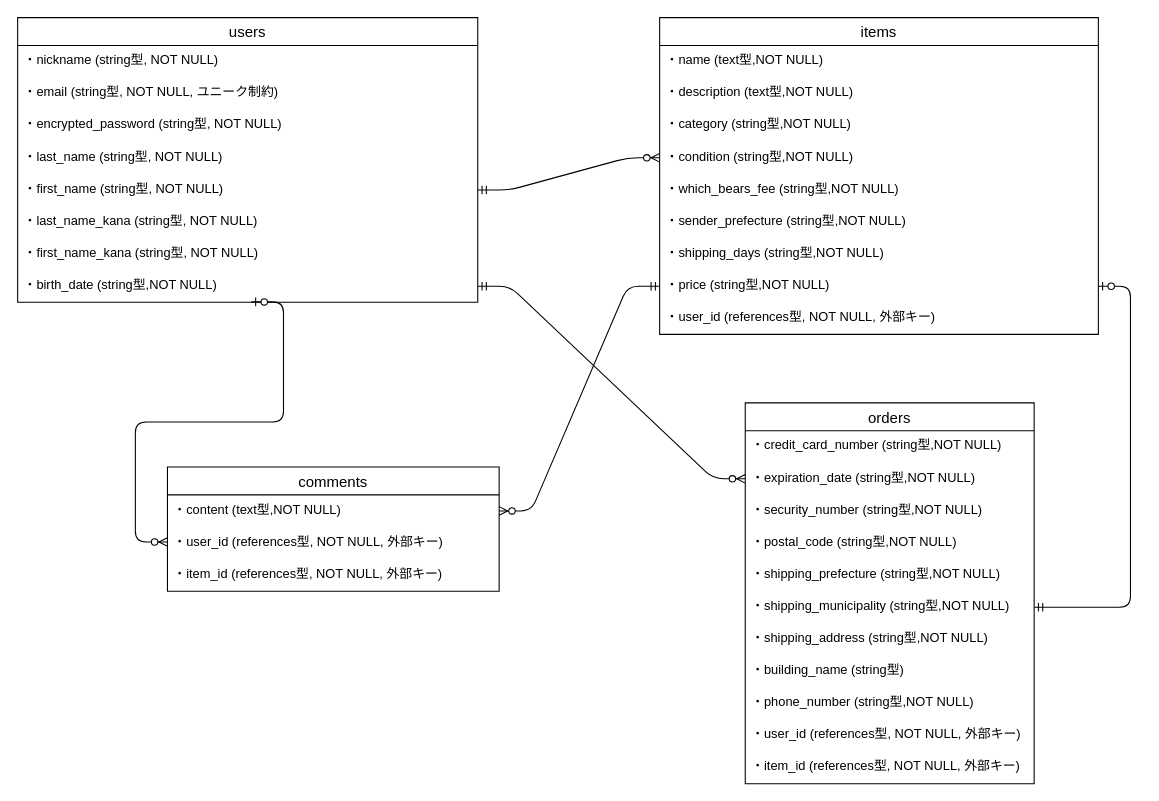
The draw.io diagram furima.dio in hiddy0329/furima-36958, before the edit. Source tidied: cells renumbered, new cells numbered last; positions are measured from the earlier drawing's top-left corner, leaving out a move shared by most shapes. Both pictures are drawn from the tidied source at 107%, with x=0, y=0 at pixel (17, 17).
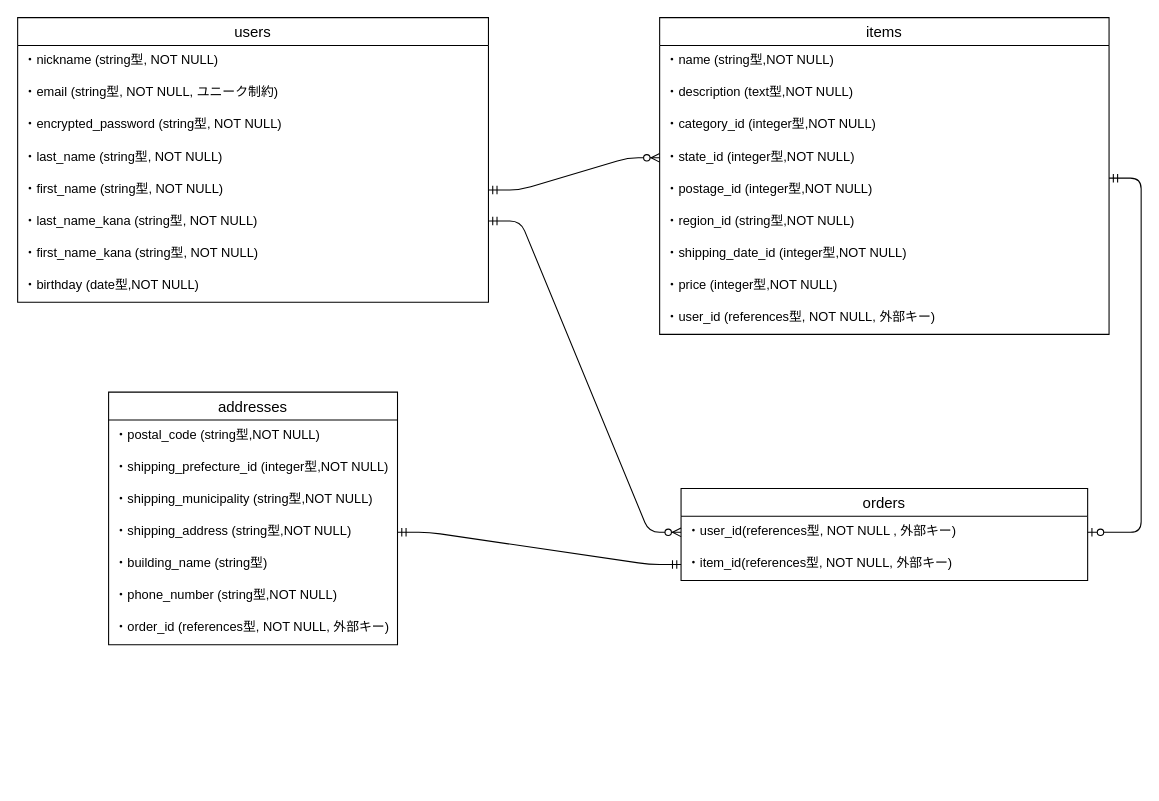
The same page after the edit.

Commit message (it also covers changes not shown here):
データベース設計の修正①

Diff of the diagram source:
```diff
@@
     <mxCell id="2" value="users" style="swimlane;fontStyle=0;horizontal=1;startSize=26;align=center;fontSize=14;" parent="1" vertex="1">
-      <mxGeometry width="430" height="266" as="geometry" />
+      <mxGeometry width="440" height="266" as="geometry" />
     </mxCell>
     <mxCell id="3" value="・nickname (string型, NOT NULL)" style="text;strokeColor=none;fillColor=none;spacingLeft=4;spacingRight=4;overflow=hidden;fontSize=12;" parent="2" vertex="1">
-      <mxGeometry y="26" width="430" height="30" as="geometry" />
+      <mxGeometry y="26" width="440" height="30" as="geometry" />
     </mxCell>
     <mxCell id="4" value="・email (string型, NOT NULL, ユニーク制約)" style="text;strokeColor=none;fillColor=none;spacingLeft=4;spacingRight=4;overflow=hidden;fontSize=12;" parent="2" vertex="1">
-      <mxGeometry y="56" width="430" height="30" as="geometry" />
+      <mxGeometry y="56" width="440" height="30" as="geometry" />
     </mxCell>
     <mxCell id="5" value="・encrypted_password (string型, NOT NULL)" style="text;strokeColor=none;fillColor=none;spacingLeft=4;spacingRight=4;overflow=hidden;fontSize=12;" parent="2" vertex="1">
-      <mxGeometry y="86" width="430" height="30" as="geometry" />
+      <mxGeometry y="86" width="440" height="30" as="geometry" />
     </mxCell>
     <mxCell id="6" value="・last_name (string型, NOT NULL)" style="text;strokeColor=none;fillColor=none;spacingLeft=4;spacingRight=4;overflow=hidden;fontSize=12;" parent="2" vertex="1">
-      <mxGeometry y="116" width="430" height="30" as="geometry" />
+      <mxGeometry y="116" width="440" height="30" as="geometry" />
     </mxCell>
     <mxCell id="7" value="・first_name (string型, NOT NULL)" style="text;strokeColor=none;fillColor=none;spacingLeft=4;spacingRight=4;overflow=hidden;points=[[0,0.5],[1,0.5]];portConstraint=eastwest;fontSize=12;" parent="2" vertex="1">
-      <mxGeometry y="146" width="430" height="30" as="geometry" />
+      <mxGeometry y="146" width="440" height="30" as="geometry" />
     </mxCell>
     <mxCell id="8" value="・last_name_kana (string型, NOT NULL)" style="text;strokeColor=none;fillColor=none;spacingLeft=4;spacingRight=4;overflow=hidden;fontSize=12;" parent="2" vertex="1">
-      <mxGeometry y="176" width="430" height="30" as="geometry" />
+      <mxGeometry y="176" width="440" height="30" as="geometry" />
     </mxCell>
     <mxCell id="9" value="・first_name_kana (string型, NOT NULL)" style="text;strokeColor=none;fillColor=none;spacingLeft=4;spacingRight=4;overflow=hidden;fontSize=12;" parent="2" vertex="1">
-      <mxGeometry y="206" width="430" height="30" as="geometry" />
+      <mxGeometry y="206" width="440" height="30" as="geometry" />
     </mxCell>
-    <mxCell id="10" value="・birth_date (string型,NOT NULL)" style="text;strokeColor=none;fillColor=none;spacingLeft=4;spacingRight=4;overflow=hidden;points=[[0,0.5],[1,0.5]];portConstraint=eastwest;fontSize=12;" parent="2" vertex="1">
-      <mxGeometry y="236" width="430" height="30" as="geometry" />
+    <mxCell id="10" value="・birthday (date型,NOT NULL)" style="text;strokeColor=none;fillColor=none;spacingLeft=4;spacingRight=4;overflow=hidden;points=[[0,0.5],[1,0.5]];portConstraint=eastwest;fontSize=12;" parent="2" vertex="1">
+      <mxGeometry y="236" width="440" height="30" as="geometry" />
     </mxCell>
     <mxCell id="11" value="items" style="swimlane;fontStyle=0;horizontal=1;startSize=26;align=center;fontSize=14;" parent="1" vertex="1">
-      <mxGeometry x="600" width="410" height="296" as="geometry" />
+      <mxGeometry x="600" width="420" height="296" as="geometry" />
     </mxCell>
-    <mxCell id="12" value="・name (text型,NOT NULL)&#10;" style="text;strokeColor=none;fillColor=none;spacingLeft=4;spacingRight=4;overflow=hidden;fontSize=12;" parent="11" vertex="1">
-      <mxGeometry y="26" width="410" height="30" as="geometry" />
+    <mxCell id="12" value="・name (string型,NOT NULL)&#10;" style="text;strokeColor=none;fillColor=none;spacingLeft=4;spacingRight=4;overflow=hidden;fontSize=12;" parent="11" vertex="1">
+      <mxGeometry y="26" width="420" height="30" as="geometry" />
     </mxCell>
     <mxCell id="13" value="・description (text型,NOT NULL)" style="text;strokeColor=none;fillColor=none;spacingLeft=4;spacingRight=4;overflow=hidden;fontSize=12;" parent="11" vertex="1">
-      <mxGeometry y="56" width="410" height="30" as="geometry" />
+      <mxGeometry y="56" width="420" height="30" as="geometry" />
     </mxCell>
-    <mxCell id="14" value="・category (string型,NOT NULL)" style="text;strokeColor=none;fillColor=none;spacingLeft=4;spacingRight=4;overflow=hidden;fontSize=12;" parent="11" vertex="1">
-      <mxGeometry y="86" width="410" height="30" as="geometry" />
+    <mxCell id="14" value="・category_id (integer型,NOT NULL)" style="text;strokeColor=none;fillColor=none;spacingLeft=4;spacingRight=4;overflow=hidden;fontSize=12;" parent="11" vertex="1">
+      <mxGeometry y="86" width="420" height="30" as="geometry" />
     </mxCell>
-    <mxCell id="15" value="・condition (string型,NOT NULL)" style="text;strokeColor=none;fillColor=none;spacingLeft=4;spacingRight=4;overflow=hidden;points=[[0,0.5],[1,0.5]];portConstraint=eastwest;fontSize=12;" parent="11" vertex="1">
-      <mxGeometry y="116" width="410" height="30" as="geometry" />
+    <mxCell id="15" value="・state_id (integer型,NOT NULL)" style="text;strokeColor=none;fillColor=none;spacingLeft=4;spacingRight=4;overflow=hidden;points=[[0,0.5],[1,0.5]];portConstraint=eastwest;fontSize=12;" parent="11" vertex="1">
+      <mxGeometry y="116" width="420" height="30" as="geometry" />
     </mxCell>
-    <mxCell id="16" value="・which_bears_fee (string型,NOT NULL)" style="text;strokeColor=none;fillColor=none;spacingLeft=4;spacingRight=4;overflow=hidden;fontSize=12;" parent="11" vertex="1">
-      <mxGeometry y="146" width="410" height="30" as="geometry" />
+    <mxCell id="16" value="・postage_id (integer型,NOT NULL)" style="text;strokeColor=none;fillColor=none;spacingLeft=4;spacingRight=4;overflow=hidden;fontSize=12;" parent="11" vertex="1">
+      <mxGeometry y="146" width="420" height="30" as="geometry" />
     </mxCell>
-    <mxCell id="17" value="・sender_prefecture (string型,NOT NULL)" style="text;strokeColor=none;fillColor=none;spacingLeft=4;spacingRight=4;overflow=hidden;fontSize=12;" parent="11" vertex="1">
-      <mxGeometry y="176" width="410" height="30" as="geometry" />
+    <mxCell id="17" value="・region_id (string型,NOT NULL)" style="text;strokeColor=none;fillColor=none;spacingLeft=4;spacingRight=4;overflow=hidden;fontSize=12;" parent="11" vertex="1">
+      <mxGeometry y="176" width="420" height="30" as="geometry" />
     </mxCell>
-    <mxCell id="18" value="・shipping_days (string型,NOT NULL)" style="text;strokeColor=none;fillColor=none;spacingLeft=4;spacingRight=4;overflow=hidden;fontSize=12;" parent="11" vertex="1">
-      <mxGeometry y="206" width="410" height="30" as="geometry" />
+    <mxCell id="18" value="・shipping_date_id (integer型,NOT NULL)" style="text;strokeColor=none;fillColor=none;spacingLeft=4;spacingRight=4;overflow=hidden;fontSize=12;" parent="11" vertex="1">
+      <mxGeometry y="206" width="420" height="30" as="geometry" />
     </mxCell>
-    <mxCell id="19" value="・price (string型,NOT NULL)" style="text;strokeColor=none;fillColor=none;spacingLeft=4;spacingRight=4;overflow=hidden;points=[[0,0.5],[1,0.5]];portConstraint=eastwest;fontSize=12;" parent="11" vertex="1">
-      <mxGeometry y="236" width="410" height="30" as="geometry" />
+    <mxCell id="19" value="・price (integer型,NOT NULL)" style="text;strokeColor=none;fillColor=none;spacingLeft=4;spacingRight=4;overflow=hidden;points=[[0,0.5],[1,0.5]];portConstraint=eastwest;fontSize=12;" parent="11" vertex="1">
+      <mxGeometry y="236" width="420" height="30" as="geometry" />
     </mxCell>
     <mxCell id="20" value="・user_id (references型, NOT NULL, 外部キー)" style="text;strokeColor=none;fillColor=none;spacingLeft=4;spacingRight=4;overflow=hidden;fontSize=12;" parent="11" vertex="1">
-      <mxGeometry y="266" width="410" height="30" as="geometry" />
+      <mxGeometry y="266" width="420" height="30" as="geometry" />
     </mxCell>
-    <mxCell id="21" value="comments" style="swimlane;fontStyle=0;horizontal=1;startSize=26;align=center;fontSize=14;" parent="1" vertex="1">
-      <mxGeometry x="140" y="420" width="310" height="116" as="geometry" />
-    </mxCell>
-    <mxCell id="22" value="・content (text型,NOT NULL)" style="text;strokeColor=none;fillColor=none;spacingLeft=4;spacingRight=4;overflow=hidden;points=[[0,0.5],[1,0.5]];portConstraint=eastwest;fontSize=12;" parent="21" vertex="1">
-      <mxGeometry y="26" width="310" height="30" as="geometry" />
-    </mxCell>
-    <mxCell id="23" value="・user_id (references型, NOT NULL, 外部キー)" style="text;strokeColor=none;fillColor=none;spacingLeft=4;spacingRight=4;overflow=hidden;fontSize=12;" parent="21" vertex="1">
-      <mxGeometry y="56" width="310" height="30" as="geometry" />
-    </mxCell>
-    <mxCell id="24" value="・item_id (references型, NOT NULL, 外部キー)" style="text;strokeColor=none;fillColor=none;spacingLeft=4;spacingRight=4;overflow=hidden;fontSize=12;" parent="21" vertex="1">
-      <mxGeometry y="86" width="310" height="30" as="geometry" />
-    </mxCell>
-    <mxCell id="25" value="orders" style="swimlane;fontStyle=0;horizontal=1;startSize=26;align=center;fontSize=14;" parent="1" vertex="1">
-      <mxGeometry x="680" y="360" width="270" height="356" as="geometry" />
+    <mxCell id="25" value="addresses" style="swimlane;fontStyle=0;horizontal=1;startSize=26;align=center;fontSize=14;" parent="1" vertex="1">
+      <mxGeometry x="85" y="350" width="270" height="236" as="geometry" />
     </mxCell>
-    <mxCell id="26" value="・credit_card_number (string型,NOT NULL)" style="text;strokeColor=none;fillColor=none;spacingLeft=4;spacingRight=4;overflow=hidden;fontSize=12;" parent="25" vertex="1">
-      <mxGeometry y="26" width="270" height="30" as="geometry" />
-    </mxCell>
-    <mxCell id="27" value="・expiration_date (string型,NOT NULL)" style="text;strokeColor=none;fillColor=none;spacingLeft=4;spacingRight=4;overflow=hidden;points=[[0,0.5],[1,0.5]];portConstraint=eastwest;fontSize=12;" parent="25" vertex="1">
-      <mxGeometry y="56" width="270" height="30" as="geometry" />
-    </mxCell>
-    <mxCell id="28" value="・security_number (string型,NOT NULL)" style="text;strokeColor=none;fillColor=none;spacingLeft=4;spacingRight=4;overflow=hidden;fontSize=12;" parent="25" vertex="1">
-      <mxGeometry y="86" width="270" height="30" as="geometry" />
-    </mxCell>
     <mxCell id="29" value="・postal_code (string型,NOT NULL)" style="text;strokeColor=none;fillColor=none;spacingLeft=4;spacingRight=4;overflow=hidden;fontSize=12;" parent="25" vertex="1">
-      <mxGeometry y="116" width="270" height="30" as="geometry" />
+      <mxGeometry y="26" width="270" height="30" as="geometry" />
     </mxCell>
-    <mxCell id="30" value="・shipping_prefecture (string型,NOT NULL)" style="text;strokeColor=none;fillColor=none;spacingLeft=4;spacingRight=4;overflow=hidden;fontSize=12;" parent="25" vertex="1">
-      <mxGeometry y="146" width="270" height="30" as="geometry" />
+    <mxCell id="30" value="・shipping_prefecture_id (integer型,NOT NULL)" style="text;strokeColor=none;fillColor=none;spacingLeft=4;spacingRight=4;overflow=hidden;fontSize=12;" parent="25" vertex="1">
+      <mxGeometry y="56" width="270" height="30" as="geometry" />
     </mxCell>
     <mxCell id="31" value="・shipping_municipality (string型,NOT NULL)" style="text;strokeColor=none;fillColor=none;spacingLeft=4;spacingRight=4;overflow=hidden;points=[[0,0.5],[1,0.5]];portConstraint=eastwest;fontSize=12;" parent="25" vertex="1">
-      <mxGeometry y="176" width="270" height="30" as="geometry" />
+      <mxGeometry y="86" width="270" height="30" as="geometry" />
     </mxCell>
     <mxCell id="32" value="・shipping_address (string型,NOT NULL)" style="text;strokeColor=none;fillColor=none;spacingLeft=4;spacingRight=4;overflow=hidden;points=[[0,0.5],[1,0.5]];portConstraint=eastwest;fontSize=12;" parent="25" vertex="1">
-      <mxGeometry y="206" width="270" height="30" as="geometry" />
+      <mxGeometry y="116" width="270" height="30" as="geometry" />
     </mxCell>
     <mxCell id="33" value="・building_name (string型)" style="text;strokeColor=none;fillColor=none;spacingLeft=4;spacingRight=4;overflow=hidden;fontSize=12;" parent="25" vertex="1">
-      <mxGeometry y="236" width="270" height="30" as="geometry" />
+      <mxGeometry y="146" width="270" height="30" as="geometry" />
     </mxCell>
     <mxCell id="34" value="・phone_number (string型,NOT NULL)" style="text;strokeColor=none;fillColor=none;spacingLeft=4;spacingRight=4;overflow=hidden;fontSize=12;" parent="25" vertex="1">
-      <mxGeometry y="266" width="270" height="30" as="geometry" />
+      <mxGeometry y="176" width="270" height="30" as="geometry" />
     </mxCell>
-    <mxCell id="35" value="・user_id (references型, NOT NULL, 外部キー)" style="text;strokeColor=none;fillColor=none;spacingLeft=4;spacingRight=4;overflow=hidden;fontSize=12;" parent="25" vertex="1">
-      <mxGeometry y="296" width="270" height="30" as="geometry" />
-    </mxCell>
-    <mxCell id="36" value="・item_id (references型, NOT NULL, 外部キー)" style="text;strokeColor=none;fillColor=none;spacingLeft=4;spacingRight=4;overflow=hidden;fontSize=12;" parent="25" vertex="1">
-      <mxGeometry y="326" width="270" height="30" as="geometry" />
+    <mxCell id="36" value="・order_id (references型, NOT NULL, 外部キー)" style="text;strokeColor=none;fillColor=none;spacingLeft=4;spacingRight=4;overflow=hidden;fontSize=12;" parent="25" vertex="1">
+      <mxGeometry y="206" width="270" height="30" as="geometry" />
     </mxCell>
-    <mxCell id="37" style="edgeStyle=entityRelationEdgeStyle;fontSize=12;html=1;endArrow=ERzeroToMany;startArrow=ERmandOne;exitX=0;exitY=0.5;exitDx=0;exitDy=0;entryX=1;entryY=0.5;entryDx=0;entryDy=0;" parent="1" edge="1" source="19" target="22">
-      <mxGeometry relative="1" as="geometry" />
-    </mxCell>
-    <mxCell id="38" style="edgeStyle=entityRelationEdgeStyle;fontSize=12;html=1;endArrow=ERzeroToMany;startArrow=ERmandOne;entryX=0;entryY=0.5;entryDx=0;entryDy=0;exitX=1;exitY=0.5;exitDx=0;exitDy=0;" parent="1" edge="1" source="7" target="15">
-      <mxGeometry relative="1" as="geometry" />
+    <mxCell id="38" style="edgeStyle=entityRelationEdgeStyle;fontSize=12;html=1;endArrow=ERzeroToMany;startArrow=ERmandOne;entryX=0;entryY=0.5;entryDx=0;entryDy=0;" parent="1" edge="1" target="15">
+      <mxGeometry relative="1" as="geometry">
+        <mxPoint x="440" y="161" as="sourcePoint" />
+      </mxGeometry>
     </mxCell>
-    <mxCell id="39" style="edgeStyle=entityRelationEdgeStyle;fontSize=12;html=1;endArrow=ERzeroToMany;startArrow=ERmandOne;entryX=0;entryY=0.5;entryDx=0;entryDy=0;exitX=1;exitY=0.5;exitDx=0;exitDy=0;" parent="1" edge="1" source="10" target="27">
-      <mxGeometry relative="1" as="geometry" />
-    </mxCell>
-    <mxCell id="40" style="edgeStyle=entityRelationEdgeStyle;fontSize=12;html=1;endArrow=ERzeroToOne;startArrow=ERmandOne;exitX=1;exitY=0.5;exitDx=0;exitDy=0;" parent="1" edge="1" source="31" target="19">
-      <mxGeometry relative="1" as="geometry" />
-    </mxCell>
-    <mxCell id="41" style="edgeStyle=entityRelationEdgeStyle;fontSize=12;html=1;endArrow=ERzeroToMany;startArrow=ERzeroToOne;exitX=0.508;exitY=0.988;exitDx=0;exitDy=0;exitPerimeter=0;" parent="1" edge="1" source="10">
-      <mxGeometry relative="1" as="geometry">
-        <mxPoint x="140" y="490" as="targetPoint" />
-      </mxGeometry>
-    </mxCell>
+    <mxCell id="42" value="orders" style="swimlane;fontStyle=0;horizontal=1;startSize=26;align=center;fontSize=14;" parent="1" vertex="1">
+      <mxGeometry x="620" y="440" width="380" height="86" as="geometry" />
+    </mxCell>
+    <mxCell id="43" value="・user_id(references型, NOT NULL , 外部キー)" style="text;strokeColor=none;fillColor=none;spacingLeft=4;spacingRight=4;overflow=hidden;points=[[0,0.5],[1,0.5]];portConstraint=eastwest;fontSize=12;" parent="42" vertex="1">
+      <mxGeometry y="26" width="380" height="30" as="geometry" />
+    </mxCell>
+    <mxCell id="44" value="・item_id(references型, NOT NULL, 外部キー)" style="text;strokeColor=none;fillColor=none;spacingLeft=4;spacingRight=4;overflow=hidden;points=[[0,0.5],[1,0.5]];portConstraint=eastwest;fontSize=12;" parent="42" vertex="1">
+      <mxGeometry y="56" width="380" height="30" as="geometry" />
+    </mxCell>
+    <mxCell id="45" style="edgeStyle=entityRelationEdgeStyle;fontSize=12;html=1;endArrow=ERzeroToMany;startArrow=ERmandOne;entryX=0;entryY=0.5;entryDx=0;entryDy=0;" parent="1" edge="1" target="43">
+      <mxGeometry relative="1" as="geometry">
+        <mxPoint x="440" y="190" as="sourcePoint" />
+      </mxGeometry>
+    </mxCell>
+    <mxCell id="46" style="edgeStyle=entityRelationEdgeStyle;fontSize=12;html=1;endArrow=ERzeroToOne;startArrow=ERmandOne;entryX=1;entryY=0.5;entryDx=0;entryDy=0;" parent="1" edge="1" target="43">
+      <mxGeometry relative="1" as="geometry">
+        <mxPoint x="1020" y="150" as="sourcePoint" />
+      </mxGeometry>
+    </mxCell>
+    <mxCell id="47" style="edgeStyle=entityRelationEdgeStyle;fontSize=12;html=1;endArrow=ERmandOne;startArrow=ERmandOne;exitX=1;exitY=0.5;exitDx=0;exitDy=0;entryX=0;entryY=0.5;entryDx=0;entryDy=0;" parent="1" edge="1" source="32" target="44">
+      <mxGeometry relative="1" as="geometry" />
+    </mxCell>
```
